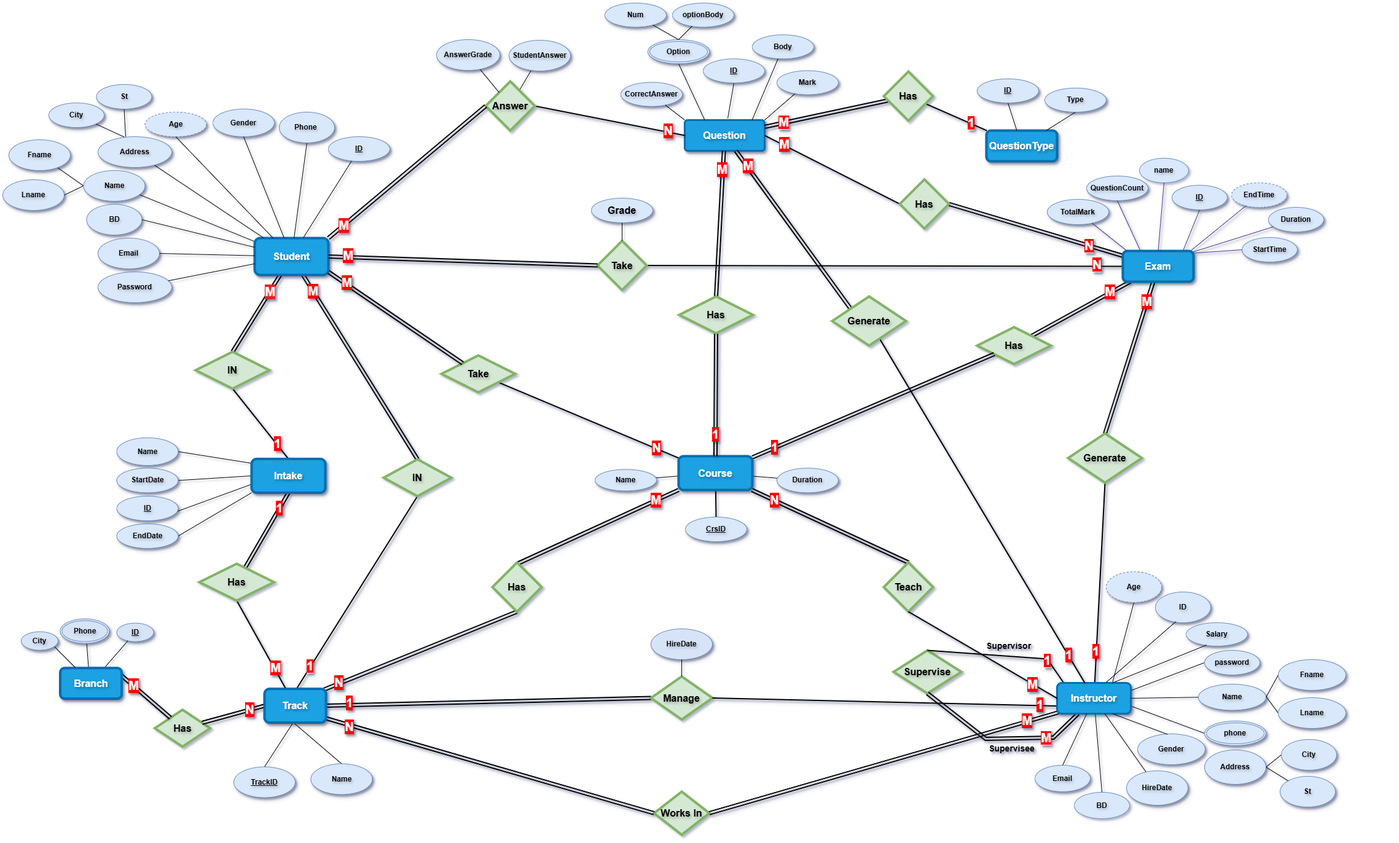
Before: Database/Examination System Project/Examination System ERD.drawio.png, a diagram exported from draw.io (Hesham749/ITI). Source tidied: cells renumbered, new cells last; positions are measured from the earlier drawing's top-left corner, leaving out a move shared by most shapes.
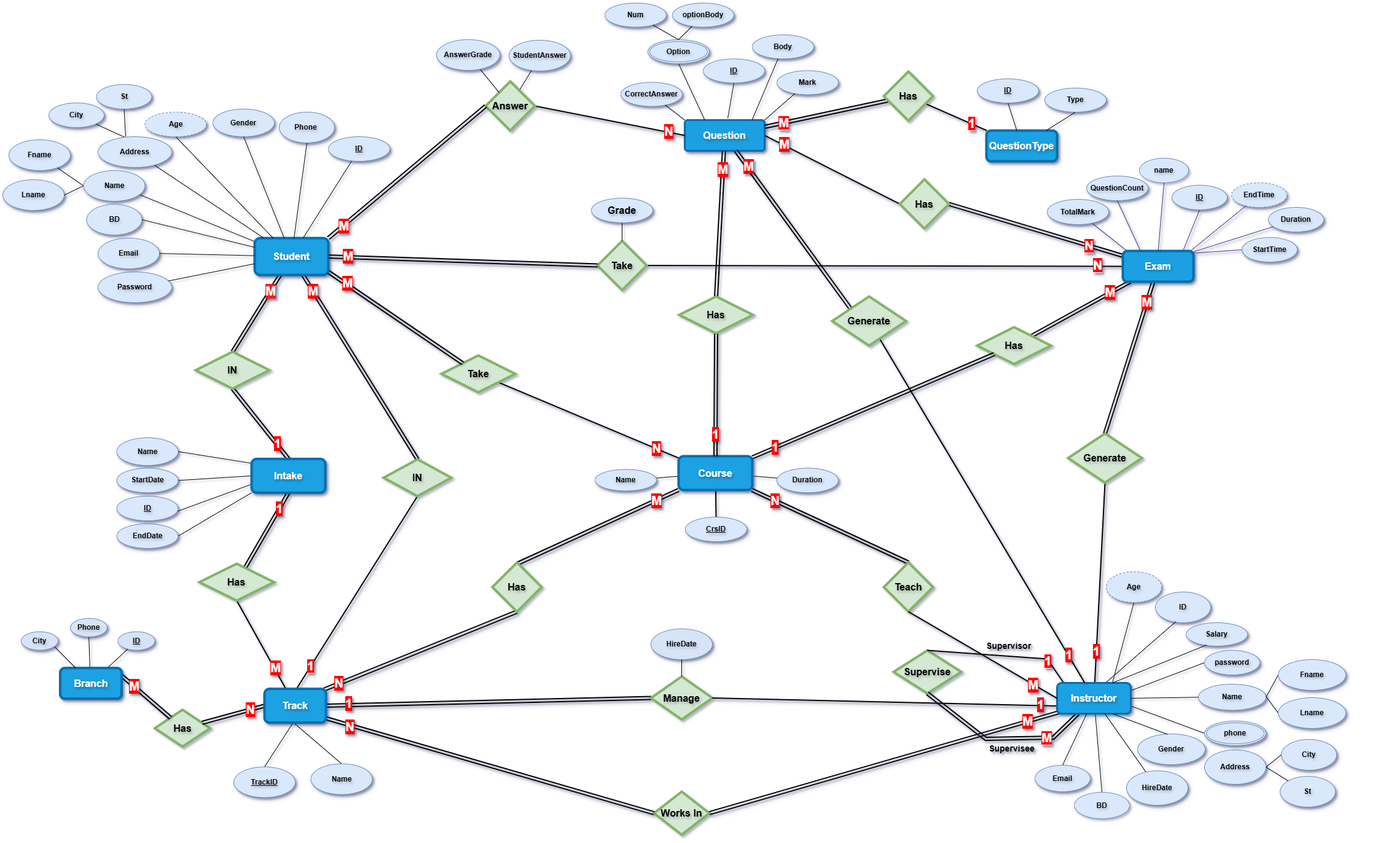
After the change.

Commit message:
Add initial database schema for Examination System with tables and constraints

The edit, as a diff of the source:
```diff
@@ -196,7 +196,7 @@
         <mxPoint x="-3" y="1" as="offset" />
       </mxGeometry>
     </mxCell>
-    <mxCell id="56" style="edgeStyle=none;shape=connector;rounded=0;jettySize=auto;html=1;exitX=0.5;exitY=1;exitDx=0;exitDy=0;strokeColor=light-dark(#000000,#EDEDED);strokeWidth=2;align=center;verticalAlign=middle;fontFamily=Helvetica;fontSize=11;fontColor=default;labelBackgroundColor=default;endArrow=none;endFill=0;textShadow=1;entryX=0.5;entryY=0;entryDx=0;entryDy=0;fontStyle=1;shadow=1;" parent="1" edge="1" source="60" target="222">
+    <mxCell id="56" style="edgeStyle=none;shape=link;rounded=0;jettySize=auto;html=1;exitX=0.5;exitY=1;exitDx=0;exitDy=0;strokeColor=light-dark(#000000,#EDEDED);strokeWidth=2;align=center;verticalAlign=middle;fontFamily=Helvetica;fontSize=11;fontColor=default;labelBackgroundColor=default;endArrow=none;endFill=0;textShadow=1;entryX=0.5;entryY=0;entryDx=0;entryDy=0;fontStyle=1;shadow=1;" parent="1" edge="1" source="60" target="222">
       <mxGeometry relative="1" as="geometry" />
     </mxCell>
     <mxCell id="57" value="1" style="edgeLabel;html=1;align=center;verticalAlign=middle;fontSize=20;rotation=0;fontColor=light-dark(#ffffff, #ededed);labelBackgroundColor=light-dark(#ff0000, #ededed);textShadow=1;fontStyle=1;" parent="56" vertex="1">
@@ -235,13 +235,15 @@
       </mxGeometry>
     </mxCell>
     <mxCell id="66" value="&lt;u&gt;&lt;span&gt;ID&lt;/span&gt;&lt;/u&gt;" style="ellipse;whiteSpace=wrap;html=1;strokeColor=light-dark(#6c8ebf, #EDEDED);fillColor=light-dark(#d7e4f8, #ededed);shadow=1;textShadow=1;fontStyle=1;" parent="1" vertex="1">
-      <mxGeometry x="185.5" y="1009.7" width="60" height="30" as="geometry" />
+      <mxGeometry x="187.5" y="1023.7" width="60" height="30" as="geometry" />
     </mxCell>
     <mxCell id="67" style="endArrow=none;html=1;rounded=0;strokeColor=light-dark(#000000,#EDEDED);textShadow=1;fontStyle=1;" parent="1" edge="1" source="66" target="69">
       <mxGeometry relative="1" as="geometry" />
     </mxCell>
-    <mxCell id="68" style="edgeStyle=none;shape=connector;rounded=0;jettySize=auto;html=1;exitX=0.5;exitY=1;exitDx=0;exitDy=0;entryX=0.5;entryY=0;entryDx=0;entryDy=0;strokeColor=light-dark(#000000,#EDEDED);align=center;verticalAlign=middle;fontFamily=Helvetica;fontSize=11;fontColor=default;labelBackgroundColor=default;endArrow=none;endFill=0;textShadow=1;fontStyle=1;" parent="1" edge="1" source="69" target="71">
-      <mxGeometry relative="1" as="geometry" />
+    <mxCell id="68" style="edgeStyle=none;shape=connector;rounded=0;jettySize=auto;html=1;exitX=0.5;exitY=1;exitDx=0;exitDy=0;strokeColor=light-dark(#000000,#EDEDED);align=center;verticalAlign=middle;fontFamily=Helvetica;fontSize=11;fontColor=default;labelBackgroundColor=default;endArrow=none;endFill=0;textShadow=1;fontStyle=1;" parent="1" edge="1" source="69">
+      <mxGeometry relative="1" as="geometry">
+        <mxPoint x="140" y="1028" as="targetPoint" />
+      </mxGeometry>
     </mxCell>
     <mxCell id="69" value="&lt;font style=&quot;font-size: 16px; color: light-dark(rgb(255, 250, 250), rgb(237, 237, 237));&quot;&gt;&lt;span&gt;Branch&lt;/span&gt;&lt;/font&gt;" style="rounded=1;whiteSpace=wrap;html=1;strokeWidth=4;strokeColor=light-dark(#006eaf, #ededed);fillColor=light-dark(#1ba1e2, #442724);shadow=1;textShadow=1;fontStyle=1;" parent="1" vertex="1">
       <mxGeometry x="93.5" y="1082.7" width="100" height="50" as="geometry" />
@@ -249,9 +251,6 @@
     <mxCell id="70" style="endArrow=none;html=1;rounded=0;exitX=0.5;exitY=0;exitDx=0;exitDy=0;strokeColor=light-dark(#000000,#EDEDED);textShadow=1;fontStyle=1;" parent="1" edge="1" source="72" target="69">
       <mxGeometry relative="1" as="geometry" />
     </mxCell>
-    <mxCell id="71" value="&lt;span&gt;Phone&lt;/span&gt;" style="ellipse;shape=doubleEllipse;margin=3;whiteSpace=wrap;html=1;align=center;strokeColor=light-dark(#6c8ebf, #EDEDED);fillColor=light-dark(#d7e4f8, #ededed);shadow=1;textShadow=1;fontStyle=1;" parent="1" vertex="1">
-      <mxGeometry x="93.5" y="1002.7" width="80" height="40" as="geometry" />
-    </mxCell>
     <mxCell id="72" value="&lt;span&gt;City&lt;/span&gt;" style="ellipse;whiteSpace=wrap;html=1;strokeColor=light-dark(#6c8ebf, #EDEDED);fillColor=light-dark(#d7e4f8, #ededed);shadow=1;textShadow=1;fontStyle=1;" parent="1" vertex="1">
       <mxGeometry x="30" y="1023.7" width="60" height="30" as="geometry" />
     </mxCell>
@@ -813,5 +812,8 @@
     <mxCell id="236" value="&lt;font style=&quot;font-size: 14px;&quot;&gt;Supervisee&lt;/font&gt;" style="text;html=1;align=center;verticalAlign=middle;strokeColor=none;fillColor=none;fontStyle=1;textShadow=1;" parent="1" vertex="1">
       <mxGeometry x="1597" y="1199" width="90" height="30" as="geometry" />
     </mxCell>
+    <mxCell id="71" value="Phone" style="ellipse;whiteSpace=wrap;html=1;strokeColor=light-dark(#6c8ebf, #EDEDED);fillColor=light-dark(#d7e4f8, #ededed);shadow=1;textShadow=1;fontStyle=1;" parent="1" vertex="1">
+      <mxGeometry x="110" y="1002" width="60" height="30" as="geometry" />
+    </mxCell>
   </root>
 </mxGraphModel>
```
